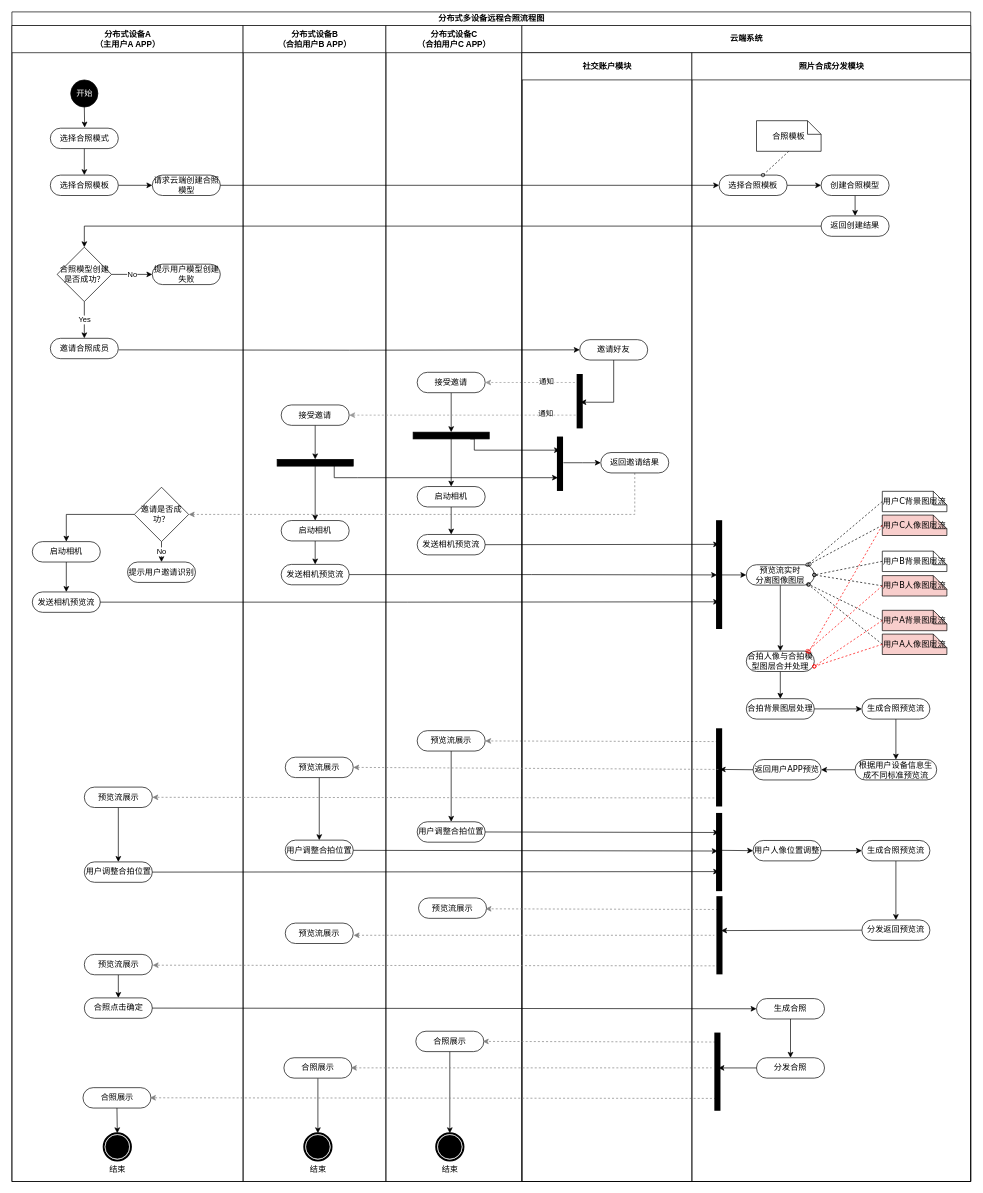
Above: draw/分布式多设备远程合照流程图.drawio in befairyliu/draw.io (draw.io), before the change. Source tidied: cells renumbered, new cells numbered last; positions are measured from the earlier drawing's top-left corner, leaving out a move shared by most shapes. Both pictures are drawn from the tidied source at 68%, with x=0, y=0 at pixel (12, 12).
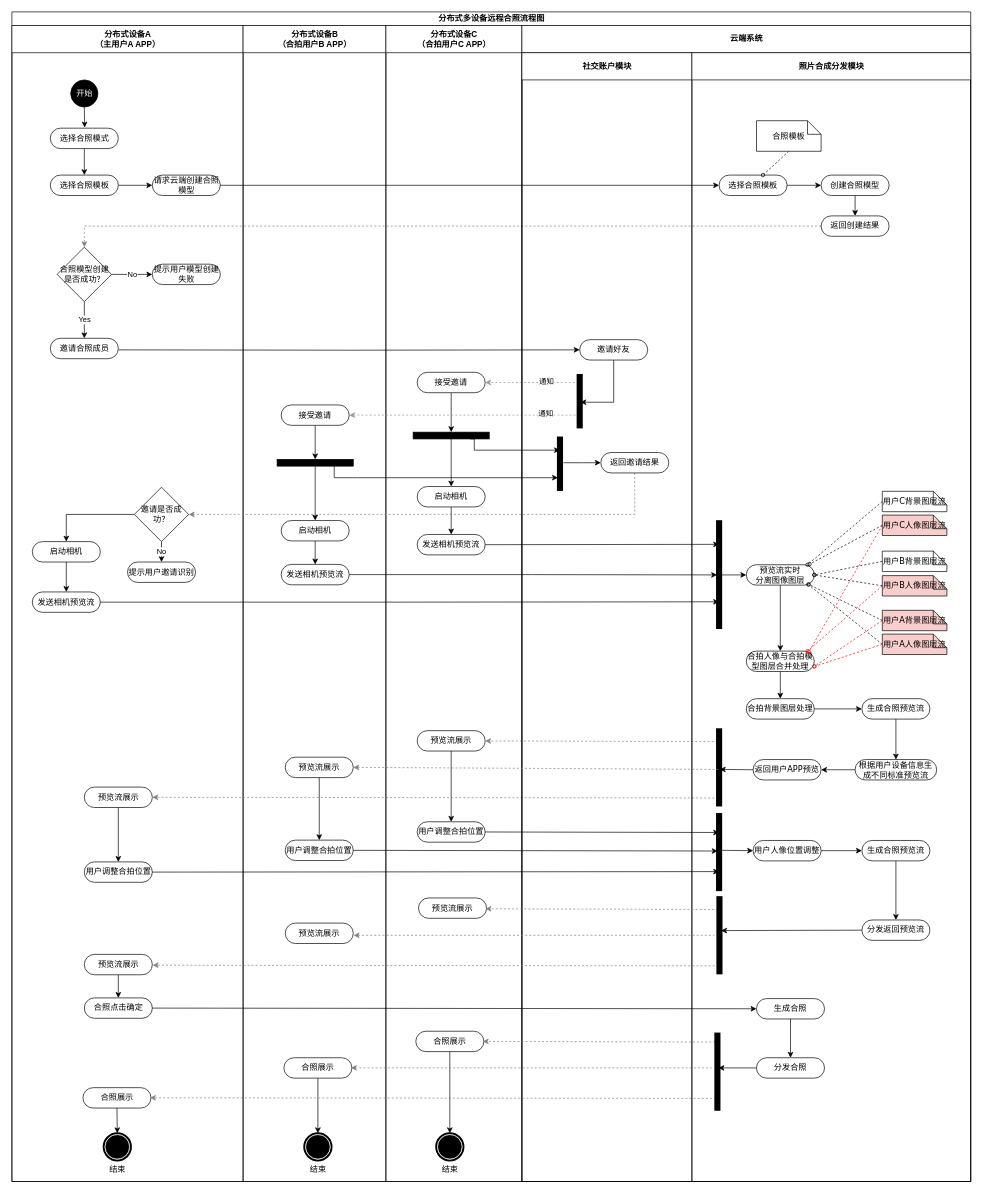
After the change.

Commit message (it also covers changes not shown here):
Update 分布式多设备远程合照流程图.drawio

The change refers to these unchanged cells:
```xml
<mxCell id="2" value="分布式多设备远程合照流程图" style="swimlane;html=1;startSize=20;rounded=0;shadow=0;comic=0;labelBackgroundColor=none;strokeWidth=1;fontFamily=Verdana;fontSize=12;align=center;" parent="1" vertex="1">
  <mxGeometry width="1410" height="1720" as="geometry" />
</mxCell>
<mxCell id="10" value="合照模型创建是否成功？" style="rhombus;whiteSpace=wrap;html=1;" parent="4" vertex="1">
  <mxGeometry x="66.5" y="326" width="80" height="80" as="geometry" />
</mxCell>
<mxCell id="118" value="返回创建结果" style="rounded=1;whiteSpace=wrap;html=1;shadow=0;comic=0;labelBackgroundColor=none;strokeWidth=1;fontFamily=Verdana;fontSize=12;align=center;arcSize=50;" parent="88" vertex="1">
  <mxGeometry x="190" y="240" width="100" height="30" as="geometry" />
</mxCell>
```

The edit, as a diff of the source:
```diff
@@
-    <mxCell id="3" style="edgeStyle=orthogonalEdgeStyle;rounded=0;jettySize=auto;html=1;exitX=0;exitY=0.5;exitDx=0;exitDy=0;entryX=0.5;entryY=0;entryDx=0;entryDy=0;" parent="2" edge="1" source="118" target="10">
+    <mxCell id="3" style="edgeStyle=orthogonalEdgeStyle;rounded=0;jettySize=auto;html=1;exitX=0;exitY=0.5;exitDx=0;exitDy=0;entryX=0.5;entryY=0;entryDx=0;entryDy=0;dashed=1;strokeColor=#808080;" parent="2" edge="1" source="118" target="10">
       <mxGeometry relative="1" as="geometry" />
     </mxCell>
```
